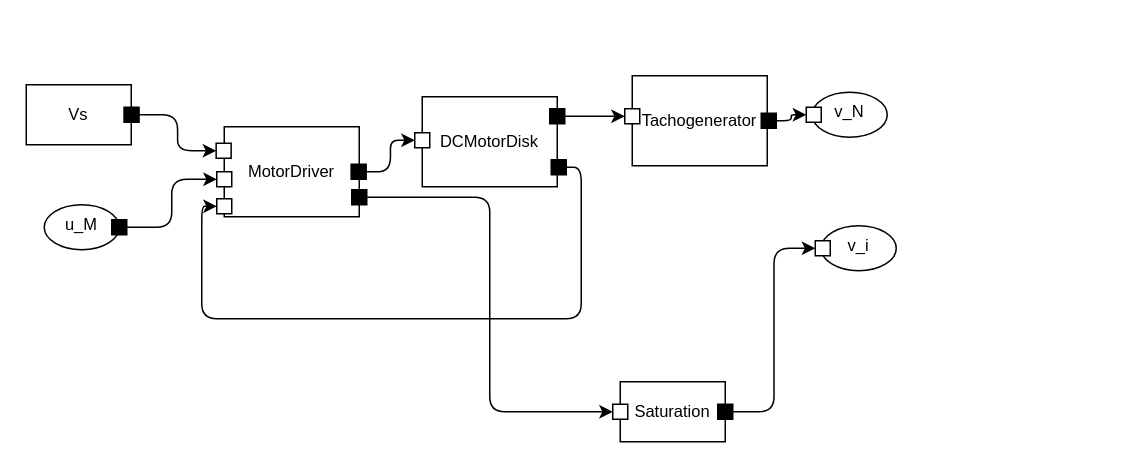
This is page "PlantModel" (4 of 15) of examples/mbd2.drawio from JuliaMBD/JuliaMBD.jl, a draw.io file, before an edit. Source tidied: cells renumbered, new cells numbered last; positions are measured from the earlier drawing's top-left corner, leaving out a move shared by most shapes. Both pictures are drawn from the tidied source at 150%, with x=0, y=0 at pixel (26, 75).
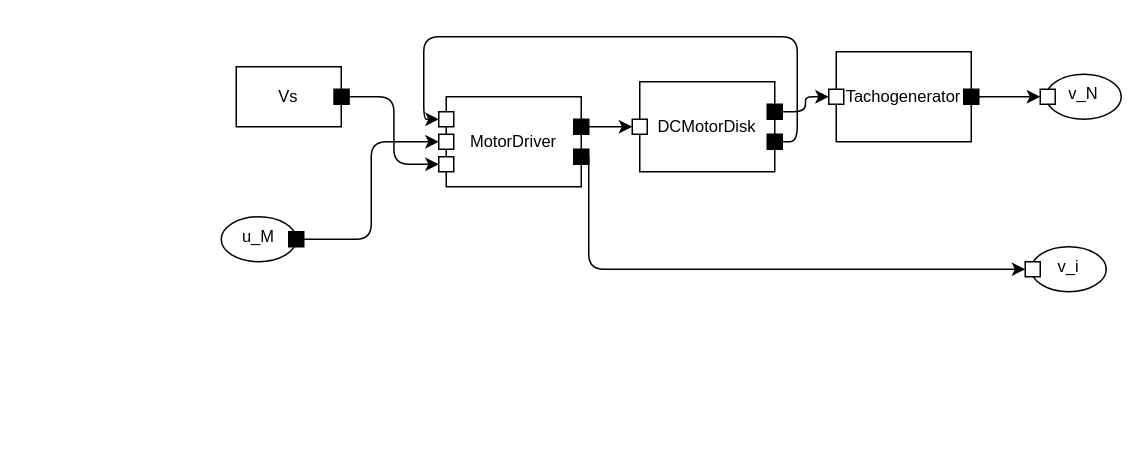
The same diagram, later.

Unchanged cells that the change refers to:
```xml
<mxCell id="3" value="&lt;p style=&quot;line-height: 100%;&quot;&gt;&lt;br&gt;&lt;/p&gt;" style="whiteSpace=wrap;html=1;snapToPoint=1;points=[[1,0.5,0,0,0]];noLabel=0;overflow=visible;fillColor=#000000;" parent="2" vertex="1">
  <mxGeometry x="65.2" y="15" width="10" height="10" as="geometry" />
</mxCell>
```

Change to the diagram source:
```diff
@@
+    <object id="4" label="%name%" name="u_M" placeholders="1">
+      <mxCell style="ellipse;whiteSpace=wrap;html=1;fontSize=11;spacingTop=-5;" parent="1" vertex="1">
+        <mxGeometry x="130" y="94" width="50" height="30" as="geometry" />
+      </mxCell>
+    </object>
+    <mxCell id="5" value="&lt;p style=&quot;line-height: 100%;&quot;&gt;&lt;br&gt;&lt;/p&gt;" style="whiteSpace=wrap;html=1;snapToPoint=1;points=[[1,0.5,0,0,0]];noLabel=0;overflow=visible;fillColor=#000000;" parent="4" vertex="1">
+      <mxGeometry x="45" y="10" width="10" height="10" as="geometry" />
+    </mxCell>
     <object id="2" label="%value%" placeholders="1" value="Vs">
       <mxCell style="whiteSpace=wrap;html=1;fontSize=11;" parent="1" vertex="1">
-        <mxGeometry y="6" width="70" height="40" as="geometry" />
+        <mxGeometry x="140" y="-6" width="70" height="40" as="geometry" />
       </mxCell>
     </object>
@@
-    <object id="4" label="%name%" name="u_M" placeholders="1">
-      <mxCell style="ellipse;whiteSpace=wrap;html=1;fontSize=11;spacingTop=-5;" parent="1" vertex="1">
-        <mxGeometry x="12" y="86" width="50" height="30" as="geometry" />
-      </mxCell>
-    </object>
-    <mxCell id="5" value="&lt;p style=&quot;line-height: 100%;&quot;&gt;&lt;br&gt;&lt;/p&gt;" style="whiteSpace=wrap;html=1;snapToPoint=1;points=[[1,0.5,0,0,0]];noLabel=0;overflow=visible;fillColor=#000000;" parent="4" vertex="1">
-      <mxGeometry x="45" y="10" width="10" height="10" as="geometry" />
-    </mxCell>
     <object id="6" label="%block%" block="MotorDriver" placeholders="1">
       <mxCell style="rounded=0;whiteSpace=wrap;html=1;fontSize=11;" parent="1" vertex="1">
-        <mxGeometry x="132" y="34" width="90" height="60" as="geometry" />
+        <mxGeometry x="280" y="14" width="90" height="60" as="geometry" />
       </mxCell>
     </object>
-    <mxCell id="7" value="&lt;p style=&quot;line-height: 100%;&quot;&gt;&lt;br&gt;&lt;/p&gt;" style="whiteSpace=wrap;html=1;snapToPoint=1;points=[[0,0.5,0,0,0]];noLabel=0;overflow=visible;direction=east;" parent="6" vertex="1">
-      <mxGeometry x="-5.4" y="11" width="10" height="10" as="geometry" />
-    </mxCell>
-    <mxCell id="8" value="&lt;p style=&quot;line-height: 100%;&quot;&gt;&lt;br&gt;&lt;/p&gt;" style="whiteSpace=wrap;html=1;snapToPoint=1;points=[[1,0.5,0,0,0]];noLabel=0;overflow=visible;fillColor=#000000;" parent="6" vertex="1">
-      <mxGeometry x="84.6" y="25" width="10" height="10" as="geometry" />
-    </mxCell>
-    <mxCell id="9" value="&lt;p style=&quot;line-height: 100%;&quot;&gt;&lt;br&gt;&lt;/p&gt;" style="whiteSpace=wrap;html=1;snapToPoint=1;points=[[0,0.5,0,0,0]];noLabel=0;overflow=visible;direction=east;" parent="6" vertex="1">
-      <mxGeometry x="-5" y="30" width="10" height="10" as="geometry" />
-    </mxCell>
-    <mxCell id="10" value="&lt;p style=&quot;line-height: 100%;&quot;&gt;&lt;br&gt;&lt;/p&gt;" style="whiteSpace=wrap;html=1;snapToPoint=1;points=[[0,0.5,0,0,0]];noLabel=0;overflow=visible;direction=east;" parent="6" vertex="1">
-      <mxGeometry x="-5" y="48" width="10" height="10" as="geometry" />
-    </mxCell>
-    <mxCell id="11" value="&lt;p style=&quot;line-height: 100%;&quot;&gt;&lt;br&gt;&lt;/p&gt;" style="whiteSpace=wrap;html=1;snapToPoint=1;points=[[1,0.5,0,0,0]];noLabel=0;overflow=visible;fillColor=#000000;" parent="6" vertex="1">
-      <mxGeometry x="85" y="42" width="10" height="10" as="geometry" />
-    </mxCell>
+    <mxCell id="34" style="whiteSpace=wrap;html=1;snapToPoint=1;points=[[0,0.5,0,0,0]];noLabel=0;overflow=visible;" parent="6" vertex="1">
+      <mxGeometry x="-5" y="10" width="10" height="10" as="geometry" />
+    </mxCell>
+    <mxCell id="35" style="whiteSpace=wrap;html=1;snapToPoint=1;points=[[0,0.5,0,0,0]];noLabel=0;overflow=visible;" parent="6" vertex="1">
+      <mxGeometry x="-5" y="25" width="10" height="10" as="geometry" />
+    </mxCell>
+    <mxCell id="36" style="whiteSpace=wrap;html=1;snapToPoint=1;points=[[0,0.5,0,0,0]];noLabel=0;overflow=visible;" parent="6" vertex="1">
+      <mxGeometry x="-5" y="40" width="10" height="10" as="geometry" />
+    </mxCell>
+    <mxCell id="37" style="whiteSpace=wrap;html=1;snapToPoint=1;points=[[1,0.5,0,0,0]];noLabel=0;overflow=visible;fillColor=#000000;" parent="6" vertex="1">
+      <mxGeometry x="85" y="15" width="10" height="10" as="geometry" />
+    </mxCell>
+    <mxCell id="38" style="whiteSpace=wrap;html=1;snapToPoint=1;points=[[1,0.5,0,0,0]];noLabel=0;overflow=visible;fillColor=#000000;" parent="6" vertex="1">
+      <mxGeometry x="85" y="35" width="10" height="10" as="geometry" />
+    </mxCell>
+    <mxCell id="39" style="edgeStyle=orthogonalEdgeStyle;html=1;exitX=1;exitY=0.5;exitDx=0;exitDy=0;exitPerimeter=0;entryX=0;entryY=0.5;entryDx=0;entryDy=0;entryPerimeter=0;" parent="1" edge="1" source="3" target="36">
+      <mxGeometry relative="1" as="geometry" />
+    </mxCell>
+    <mxCell id="40" style="edgeStyle=orthogonalEdgeStyle;html=1;exitX=1;exitY=0.5;exitDx=0;exitDy=0;exitPerimeter=0;entryX=0;entryY=0.5;entryDx=0;entryDy=0;entryPerimeter=0;" parent="1" edge="1" source="5" target="35">
+      <mxGeometry relative="1" as="geometry" />
+    </mxCell>
     <object id="12" label="%block%" block="DCMotorDisk" placeholders="1">
       <mxCell style="rounded=0;whiteSpace=wrap;html=1;fontSize=11;" parent="1" vertex="1">
-        <mxGeometry x="264" y="14" width="90" height="60" as="geometry" />
+        <mxGeometry x="409" y="4" width="90" height="60" as="geometry" />
       </mxCell>
     </object>
-    <mxCell id="13" value="&lt;p style=&quot;line-height: 100%;&quot;&gt;&lt;br&gt;&lt;/p&gt;" style="whiteSpace=wrap;html=1;snapToPoint=1;points=[[0,0.5,0,0,0]];noLabel=0;overflow=visible;direction=east;" parent="12" vertex="1">
-      <mxGeometry x="-5" y="24" width="10" height="10" as="geometry" />
-    </mxCell>
-    <mxCell id="14" value="&lt;p style=&quot;line-height: 100%;&quot;&gt;&lt;br&gt;&lt;/p&gt;" style="whiteSpace=wrap;html=1;snapToPoint=1;points=[[1,0.5,0,0,0]];noLabel=0;overflow=visible;fillColor=#000000;" parent="12" vertex="1">
-      <mxGeometry x="85" y="8" width="10" height="10" as="geometry" />
-    </mxCell>
-    <mxCell id="15" value="&lt;p style=&quot;line-height: 100%;&quot;&gt;&lt;br&gt;&lt;/p&gt;" style="whiteSpace=wrap;html=1;snapToPoint=1;points=[[1,0.5,0,0,0]];noLabel=0;overflow=visible;fillColor=#000000;" parent="12" vertex="1">
-      <mxGeometry x="86" y="42" width="10" height="10" as="geometry" />
-    </mxCell>
+    <mxCell id="41" style="whiteSpace=wrap;html=1;snapToPoint=1;points=[[0,0.5,0,0,0]];noLabel=0;overflow=visible;" parent="12" vertex="1">
+      <mxGeometry x="-5" y="25" width="10" height="10" as="geometry" />
+    </mxCell>
+    <mxCell id="42" style="whiteSpace=wrap;html=1;snapToPoint=1;points=[[1,0.5,0,0,0]];noLabel=0;overflow=visible;fillColor=#000000;" parent="12" vertex="1">
+      <mxGeometry x="85" y="15" width="10" height="10" as="geometry" />
+    </mxCell>
+    <mxCell id="43" style="whiteSpace=wrap;html=1;snapToPoint=1;points=[[1,0.5,0,0,0]];noLabel=0;overflow=visible;fillColor=#000000;" parent="12" vertex="1">
+      <mxGeometry x="85" y="35" width="10" height="10" as="geometry" />
+    </mxCell>
+    <mxCell id="44" style="edgeStyle=orthogonalEdgeStyle;html=1;exitX=1;exitY=0.5;exitDx=0;exitDy=0;exitPerimeter=0;entryX=0;entryY=0.5;entryDx=0;entryDy=0;entryPerimeter=0;" parent="1" edge="1" source="37" target="41">
+      <mxGeometry relative="1" as="geometry" />
+    </mxCell>
     <object id="16" label="%block%" block="Tachogenerator" placeholders="1">
       <mxCell style="rounded=0;whiteSpace=wrap;html=1;fontSize=11;" parent="1" vertex="1">
-        <mxGeometry x="404" width="90" height="60" as="geometry" />
+        <mxGeometry x="540" y="-16" width="90" height="60" as="geometry" />
       </mxCell>
     </object>
-    <mxCell id="17" value="&lt;p style=&quot;line-height: 100%;&quot;&gt;&lt;br&gt;&lt;/p&gt;" style="whiteSpace=wrap;html=1;snapToPoint=1;points=[[0,0.5,0,0,0]];noLabel=0;overflow=visible;direction=east;" parent="16" vertex="1">
-      <mxGeometry x="-5" y="22" width="10" height="10" as="geometry" />
-    </mxCell>
-    <mxCell id="18" value="&lt;p style=&quot;line-height: 100%;&quot;&gt;&lt;br&gt;&lt;/p&gt;" style="whiteSpace=wrap;html=1;snapToPoint=1;points=[[1,0.5,0,0,0]];noLabel=0;overflow=visible;fillColor=#000000;" parent="16" vertex="1">
-      <mxGeometry x="86" y="25" width="10" height="10" as="geometry" />
-    </mxCell>
+    <mxCell id="45" style="whiteSpace=wrap;html=1;snapToPoint=1;points=[[0,0.5,0,0,0]];noLabel=0;overflow=visible;" parent="16" vertex="1">
+      <mxGeometry x="-5" y="25" width="10" height="10" as="geometry" />
+    </mxCell>
+    <mxCell id="46" style="whiteSpace=wrap;html=1;snapToPoint=1;points=[[1,0.5,0,0,0]];noLabel=0;overflow=visible;fillColor=#000000;" parent="16" vertex="1">
+      <mxGeometry x="85" y="25" width="10" height="10" as="geometry" />
+    </mxCell>
+    <mxCell id="47" style="edgeStyle=orthogonalEdgeStyle;html=1;exitX=1;exitY=0.5;exitDx=0;exitDy=0;exitPerimeter=0;entryX=0;entryY=0.5;entryDx=0;entryDy=0;entryPerimeter=0;" parent="1" edge="1" source="42" target="45">
+      <mxGeometry relative="1" as="geometry" />
+    </mxCell>
     <object id="19" label="%name%" name="v_N" placeholders="1">
       <mxCell style="ellipse;whiteSpace=wrap;html=1;fontSize=11;spacingTop=-4;" parent="1" vertex="1">
-        <mxGeometry x="524" y="11" width="50" height="30" as="geometry" />
+        <mxGeometry x="680" y="-1" width="50" height="30" as="geometry" />
       </mxCell>
     </object>
-    <mxCell id="20" value="&lt;p style=&quot;line-height: 100%;&quot;&gt;&lt;br&gt;&lt;/p&gt;" style="whiteSpace=wrap;html=1;snapToPoint=1;points=[[0,0.5,0,0,0]];noLabel=0;overflow=visible;direction=east;" parent="19" vertex="1">
-      <mxGeometry x="-4" y="10" width="10" height="10" as="geometry" />
-    </mxCell>
+    <mxCell id="48" value="&lt;p style=&quot;line-height: 100%;&quot;&gt;&lt;br&gt;&lt;/p&gt;" style="whiteSpace=wrap;html=1;snapToPoint=1;points=[[0,0.5,0,0,0]];noLabel=0;overflow=visible;direction=east;" parent="19" vertex="1">
+      <mxGeometry x="-4" y="10" width="10" height="10" as="geometry" />
+    </mxCell>
+    <mxCell id="49" style="edgeStyle=orthogonalEdgeStyle;html=1;exitX=1;exitY=0.5;exitDx=0;exitDy=0;exitPerimeter=0;entryX=0;entryY=0.5;entryDx=0;entryDy=0;entryPerimeter=0;" parent="1" edge="1" source="46" target="48">
+      <mxGeometry relative="1" as="geometry" />
+    </mxCell>
     <object id="21" label="%name%" name="v_i" placeholders="1">
       <mxCell style="ellipse;whiteSpace=wrap;html=1;fontSize=11;spacingTop=-4;" parent="1" vertex="1">
-        <mxGeometry x="530" y="100" width="50" height="30" as="geometry" />
+        <mxGeometry x="670" y="114" width="50" height="30" as="geometry" />
       </mxCell>
     </object>
-    <mxCell id="22" value="&lt;p style=&quot;line-height: 100%;&quot;&gt;&lt;br&gt;&lt;/p&gt;" style="whiteSpace=wrap;html=1;snapToPoint=1;points=[[0,0.5,0,0,0]];noLabel=0;overflow=visible;direction=east;" parent="21" vertex="1">
-      <mxGeometry x="-4" y="10" width="10" height="10" as="geometry" />
-    </mxCell>
-    <mxCell id="23" style="edgeStyle=orthogonalEdgeStyle;html=1;exitX=1;exitY=0.5;exitDx=0;exitDy=0;exitPerimeter=0;entryX=0;entryY=0.5;entryDx=0;entryDy=0;entryPerimeter=0;" parent="1" edge="1" source="3" target="7">
-      <mxGeometry relative="1" as="geometry" />
-    </mxCell>
-    <mxCell id="24" style="edgeStyle=orthogonalEdgeStyle;html=1;exitX=1;exitY=0.5;exitDx=0;exitDy=0;exitPerimeter=0;entryX=0;entryY=0.5;entryDx=0;entryDy=0;entryPerimeter=0;" parent="1" edge="1" source="5" target="9">
-      <mxGeometry relative="1" as="geometry" />
-    </mxCell>
-    <mxCell id="25" style="edgeStyle=orthogonalEdgeStyle;html=1;exitX=1;exitY=0.5;exitDx=0;exitDy=0;exitPerimeter=0;entryX=0;entryY=0.5;entryDx=0;entryDy=0;entryPerimeter=0;" parent="1" edge="1" source="8" target="13">
-      <mxGeometry relative="1" as="geometry" />
-    </mxCell>
-    <mxCell id="26" style="edgeStyle=orthogonalEdgeStyle;html=1;exitX=1;exitY=0.5;exitDx=0;exitDy=0;exitPerimeter=0;entryX=0;entryY=0.5;entryDx=0;entryDy=0;entryPerimeter=0;" parent="1" edge="1" source="14" target="17">
-      <mxGeometry relative="1" as="geometry" />
-    </mxCell>
-    <mxCell id="27" style="edgeStyle=orthogonalEdgeStyle;html=1;exitX=1;exitY=0.5;exitDx=0;exitDy=0;exitPerimeter=0;entryX=0;entryY=0.5;entryDx=0;entryDy=0;entryPerimeter=0;" parent="1" edge="1" source="18" target="20">
-      <mxGeometry relative="1" as="geometry" />
-    </mxCell>
-    <mxCell id="28" style="edgeStyle=orthogonalEdgeStyle;html=1;exitX=1;exitY=0.5;exitDx=0;exitDy=0;exitPerimeter=0;entryX=0;entryY=0.5;entryDx=0;entryDy=0;entryPerimeter=0;" parent="1" edge="1" source="11" target="31">
-      <mxGeometry relative="1" as="geometry" />
-    </mxCell>
-    <mxCell id="29" style="edgeStyle=orthogonalEdgeStyle;html=1;exitX=1;exitY=0.5;exitDx=0;exitDy=0;exitPerimeter=0;entryX=0;entryY=0.5;entryDx=0;entryDy=0;entryPerimeter=0;" parent="1" edge="1" source="15" target="10">
-      <mxGeometry relative="1" as="geometry">
-        <Array as="points">
-          <mxPoint x="370" y="61" />
-          <mxPoint x="370" y="162" />
-          <mxPoint x="117" y="162" />
-          <mxPoint x="117" y="87" />
-        </Array>
-      </mxGeometry>
-    </mxCell>
-    <mxCell id="30" value="Saturation" style="rounded=0;whiteSpace=wrap;html=1;fontSize=11;" parent="1" vertex="1">
-      <mxGeometry x="396" y="204" width="70" height="40" as="geometry" />
-    </mxCell>
-    <mxCell id="31" value="&lt;p style=&quot;line-height: 100%;&quot;&gt;&lt;br&gt;&lt;/p&gt;" style="whiteSpace=wrap;html=1;snapToPoint=1;points=[[0,0.5,0,0,0]];noLabel=0;overflow=visible;direction=east;" parent="30" vertex="1">
-      <mxGeometry x="-5" y="15" width="10" height="10" as="geometry" />
-    </mxCell>
-    <mxCell id="32" value="&lt;p style=&quot;line-height: 100%;&quot;&gt;&lt;br&gt;&lt;/p&gt;" style="whiteSpace=wrap;html=1;snapToPoint=1;points=[[1,0.5,0,0,0]];noLabel=0;overflow=visible;fillColor=#000000;" parent="30" vertex="1">
-      <mxGeometry x="65" y="15" width="10" height="10" as="geometry" />
-    </mxCell>
-    <mxCell id="33" style="edgeStyle=orthogonalEdgeStyle;html=1;exitX=1;exitY=0.5;exitDx=0;exitDy=0;exitPerimeter=0;entryX=0;entryY=0.5;entryDx=0;entryDy=0;entryPerimeter=0;" parent="1" edge="1" source="32" target="22">
-      <mxGeometry relative="1" as="geometry" />
-    </mxCell>
+    <mxCell id="50" value="&lt;p style=&quot;line-height: 100%;&quot;&gt;&lt;br&gt;&lt;/p&gt;" style="whiteSpace=wrap;html=1;snapToPoint=1;points=[[0,0.5,0,0,0]];noLabel=0;overflow=visible;direction=east;" parent="21" vertex="1">
+      <mxGeometry x="-4" y="10" width="10" height="10" as="geometry" />
+    </mxCell>
+    <mxCell id="51" style="edgeStyle=orthogonalEdgeStyle;html=1;exitX=1;exitY=0.5;exitDx=0;exitDy=0;exitPerimeter=0;entryX=0;entryY=0.5;entryDx=0;entryDy=0;entryPerimeter=0;" parent="1" edge="1" source="38" target="50">
+      <mxGeometry relative="1" as="geometry">
+        <Array as="points">
+          <mxPoint x="375" y="129" />
+        </Array>
+      </mxGeometry>
+    </mxCell>
+    <mxCell id="52" style="edgeStyle=orthogonalEdgeStyle;html=1;exitX=1;exitY=0.5;exitDx=0;exitDy=0;exitPerimeter=0;entryX=0;entryY=0.5;entryDx=0;entryDy=0;entryPerimeter=0;" parent="1" edge="1" source="43" target="34">
+      <mxGeometry relative="1" as="geometry">
+        <Array as="points">
+          <mxPoint x="514" y="44" />
+          <mxPoint x="514" y="-26" />
+          <mxPoint x="265" y="-26" />
+          <mxPoint x="265" y="29" />
+        </Array>
+      </mxGeometry>
+    </mxCell>
```
